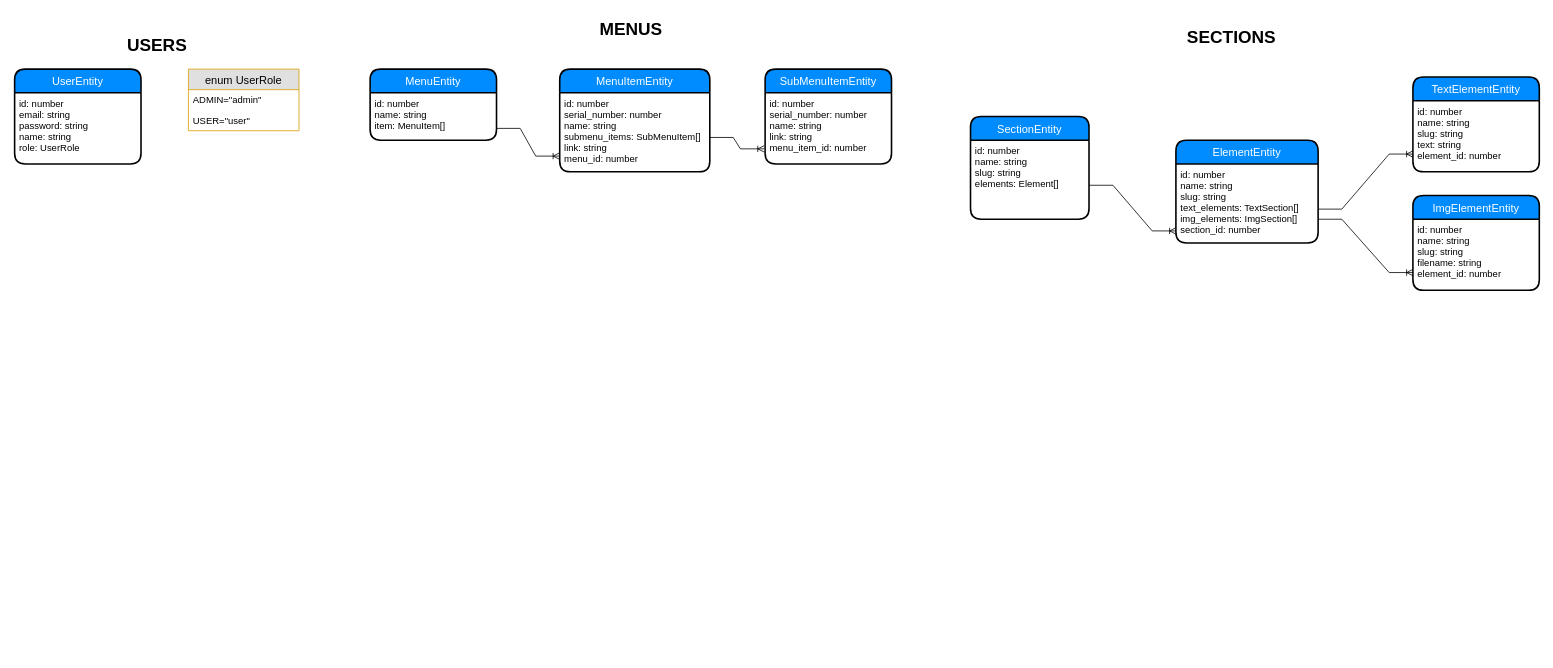
Above: page "DB" (2 of 2) of Diagram.drawio in alexsmith-proff/marketplace_of_flowers (draw.io), before the change. Source tidied: cells renumbered, new cells numbered last; positions are measured from the earlier drawing's top-left corner, leaving out a move shared by most shapes. Both pictures are drawn from the tidied source at 79%, with x=0, y=0 at pixel (14, 13).
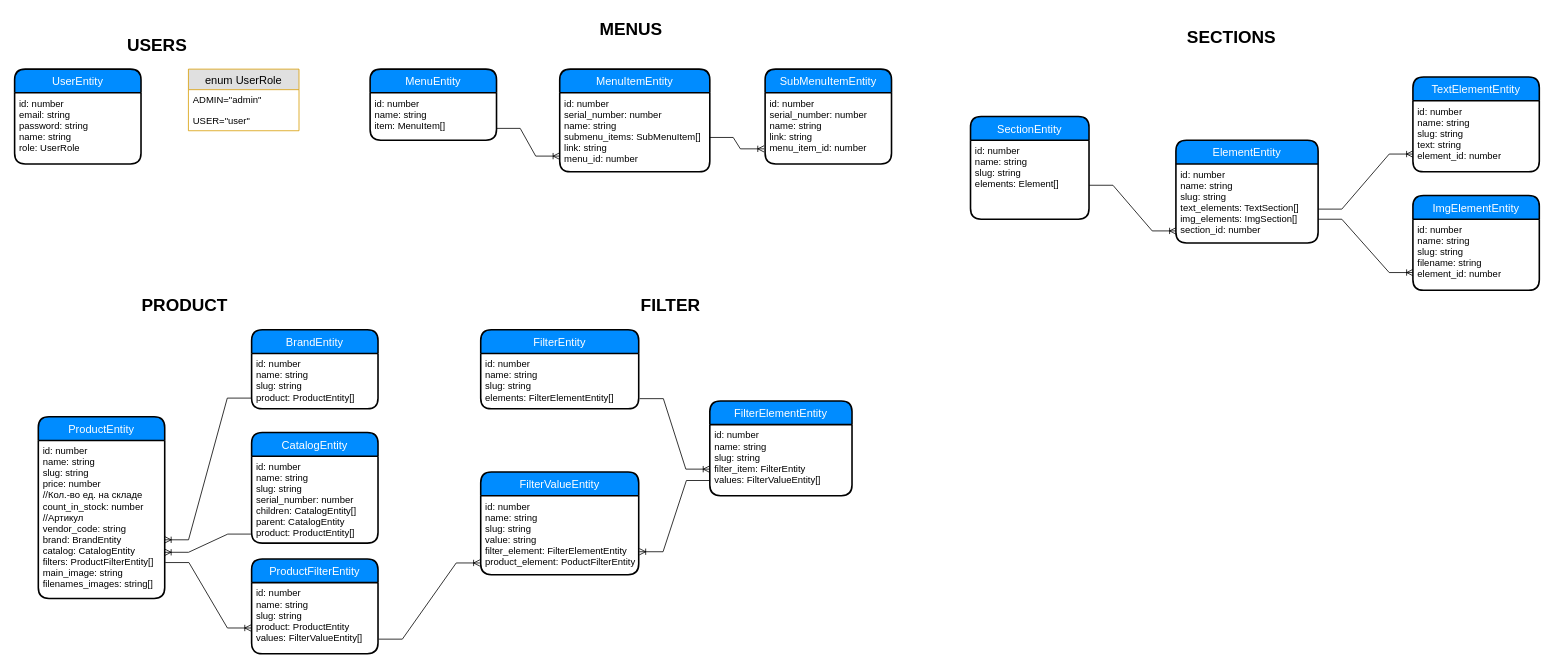
The same page after the edit.

Commit message (it also covers changes not shown here):
backend: fixed Brand, Catalog, Product draw_io: updated

What changed in the source:
```diff
@@
+    <mxCell id="29" value="ProductEntity" style="swimlane;horizontal=1;startSize=30;fillColor=#008cff;fontColor=#FFFFFF;rounded=1;fontSize=14;fontStyle=0;strokeWidth=2;shadow=0;dashed=0;align=center;" parent="1" vertex="1">
+      <mxGeometry x="30" y="510" width="160" height="230" as="geometry" />
+    </mxCell>
+    <mxCell id="30" value="id: number&#10;name: string&#10;slug: string&#10;price: number&#10;//Кол.-во ед. на складе&#10;count_in_stock: number &#10;//Артикул&#10;vendor_code: string &#10;brand: BrandEntity&#10;catalog: CatalogEntity&#10;filters: ProductFilterEntity[]&#10;main_image: string&#10;filenames_images: string[]&#10;" style="align=left;strokeColor=none;fillColor=none;spacingLeft=4;fontSize=12;verticalAlign=top;" parent="29" vertex="1">
+      <mxGeometry y="30" width="160" height="200" as="geometry" />
+    </mxCell>
+    <mxCell id="31" value="BrandEntity" style="swimlane;horizontal=1;startSize=30;fillColor=#008cff;fontColor=#FFFFFF;rounded=1;fontSize=14;fontStyle=0;strokeWidth=2;shadow=0;dashed=0;align=center;" parent="1" vertex="1">
+      <mxGeometry x="300" y="400" width="160" height="100" as="geometry" />
+    </mxCell>
+    <mxCell id="32" value="id: number&#10;name: string&#10;slug: string&#10;product: ProductEntity[]" style="align=left;strokeColor=none;fillColor=none;spacingLeft=4;fontSize=12;verticalAlign=top;" parent="31" vertex="1">
+      <mxGeometry y="30" width="160" height="70" as="geometry" />
+    </mxCell>
+    <mxCell id="33" value="CatalogEntity" style="swimlane;horizontal=1;startSize=30;fillColor=#008cff;fontColor=#FFFFFF;rounded=1;fontSize=14;fontStyle=0;strokeWidth=2;shadow=0;dashed=0;align=center;" parent="1" vertex="1">
+      <mxGeometry x="300" y="530" width="160" height="140" as="geometry" />
+    </mxCell>
+    <mxCell id="34" value="id: number&#10;name: string&#10;slug: string&#10;serial_number: number&#10;children: CatalogEntity[] &#10;parent: CatalogEntity &#10;product: ProductEntity[]" style="align=left;strokeColor=none;fillColor=none;spacingLeft=4;fontSize=12;verticalAlign=top;" parent="33" vertex="1">
+      <mxGeometry y="30" width="160" height="110" as="geometry" />
+    </mxCell>
+    <mxCell id="35" value="ProductFilterEntity" style="swimlane;horizontal=1;startSize=30;fillColor=#008cff;fontColor=#FFFFFF;rounded=1;fontSize=14;fontStyle=0;strokeWidth=2;shadow=0;dashed=0;align=center;" parent="1" vertex="1">
+      <mxGeometry x="300" y="690" width="160" height="120" as="geometry" />
+    </mxCell>
+    <mxCell id="36" value="id: number&#10;name: string&#10;slug: string&#10;product: ProductEntity&#10;values: FilterValueEntity[]" style="align=left;strokeColor=none;fillColor=none;spacingLeft=4;fontSize=12;verticalAlign=top;" parent="35" vertex="1">
+      <mxGeometry y="30" width="160" height="90" as="geometry" />
+    </mxCell>
+    <mxCell id="37" value="PRODUCT" style="text;html=1;align=center;verticalAlign=middle;strokeColor=none;fillColor=none;fontSize=22;fontStyle=1;" parent="1" vertex="1">
+      <mxGeometry x="150" y="350" width="130" height="40" as="geometry" />
+    </mxCell>
+    <mxCell id="38" value="FILTER" style="text;html=1;align=center;verticalAlign=middle;strokeColor=none;fillColor=none;fontSize=22;fontStyle=1;" parent="1" vertex="1">
+      <mxGeometry x="780" y="350" width="100" height="40" as="geometry" />
+    </mxCell>
+    <mxCell id="39" value="FilterEntity" style="swimlane;horizontal=1;startSize=30;fillColor=#008cff;fontColor=#FFFFFF;rounded=1;fontSize=14;fontStyle=0;strokeWidth=2;shadow=0;dashed=0;align=center;" parent="1" vertex="1">
+      <mxGeometry x="590" y="400" width="200" height="100" as="geometry" />
+    </mxCell>
+    <mxCell id="40" value="id: number&#10;name: string&#10;slug: string&#10;elements: FilterElementEntity[]" style="align=left;strokeColor=none;fillColor=none;spacingLeft=4;fontSize=12;verticalAlign=top;" parent="39" vertex="1">
+      <mxGeometry y="30" width="200" height="70" as="geometry" />
+    </mxCell>
+    <mxCell id="41" value="FilterElementEntity" style="swimlane;horizontal=1;startSize=30;fillColor=#008cff;fontColor=#FFFFFF;rounded=1;fontSize=14;fontStyle=0;strokeWidth=2;shadow=0;dashed=0;align=center;" parent="1" vertex="1">
+      <mxGeometry x="880" y="490" width="180" height="120" as="geometry" />
+    </mxCell>
+    <mxCell id="42" value="id: number&#10;name: string&#10;slug: string&#10;filter_item: FilterEntity&#10;values: FilterValueEntity[]" style="align=left;strokeColor=none;fillColor=none;spacingLeft=4;fontSize=12;verticalAlign=top;" parent="41" vertex="1">
+      <mxGeometry y="30" width="180" height="90" as="geometry" />
+    </mxCell>
+    <mxCell id="43" value="FilterValueEntity" style="swimlane;horizontal=1;startSize=30;fillColor=#008cff;fontColor=#FFFFFF;rounded=1;fontSize=14;fontStyle=0;strokeWidth=2;shadow=0;dashed=0;align=center;" parent="1" vertex="1">
+      <mxGeometry x="590" y="580" width="200" height="130" as="geometry" />
+    </mxCell>
+    <mxCell id="44" value="id: number&#10;name: string&#10;slug: string&#10;value: string&#10;filter_element: FilterElementEntity&#10;product_element: PoductFilterEntity" style="align=left;strokeColor=none;fillColor=none;spacingLeft=4;fontSize=12;verticalAlign=top;" parent="43" vertex="1">
+      <mxGeometry y="30" width="200" height="100" as="geometry" />
+    </mxCell>
+    <mxCell id="45" style="edgeStyle=entityRelationEdgeStyle;fontSize=12;html=1;endArrow=ERoneToMany;rounded=0;entryX=1.001;entryY=0.629;entryDx=0;entryDy=0;entryPerimeter=0;exitX=-0.005;exitY=0.806;exitDx=0;exitDy=0;exitPerimeter=0;" parent="1" edge="1" source="32" target="30">
+      <mxGeometry relative="1" as="geometry" />
+    </mxCell>
+    <mxCell id="46" style="edgeStyle=entityRelationEdgeStyle;fontSize=12;html=1;endArrow=ERoneToMany;rounded=0;entryX=1.001;entryY=0.708;entryDx=0;entryDy=0;entryPerimeter=0;exitX=-0.001;exitY=0.896;exitDx=0;exitDy=0;exitPerimeter=0;" parent="1" edge="1" source="34" target="30">
+      <mxGeometry relative="1" as="geometry" />
+    </mxCell>
+    <mxCell id="47" style="edgeStyle=entityRelationEdgeStyle;fontSize=12;html=1;endArrow=ERoneToMany;rounded=0;entryX=-0.004;entryY=0.638;entryDx=0;entryDy=0;entryPerimeter=0;exitX=1.004;exitY=0.773;exitDx=0;exitDy=0;exitPerimeter=0;" parent="1" edge="1" source="30" target="36">
+      <mxGeometry relative="1" as="geometry" />
+    </mxCell>
+    <mxCell id="48" style="edgeStyle=entityRelationEdgeStyle;fontSize=12;html=1;endArrow=ERoneToMany;rounded=0;entryX=-0.002;entryY=0.626;entryDx=0;entryDy=0;entryPerimeter=0;exitX=1.006;exitY=0.816;exitDx=0;exitDy=0;exitPerimeter=0;" parent="1" edge="1" source="40" target="42">
+      <mxGeometry relative="1" as="geometry" />
+    </mxCell>
+    <mxCell id="49" style="edgeStyle=entityRelationEdgeStyle;fontSize=12;html=1;endArrow=ERoneToMany;rounded=0;entryX=1.004;entryY=0.709;entryDx=0;entryDy=0;entryPerimeter=0;exitX=0.002;exitY=0.786;exitDx=0;exitDy=0;exitPerimeter=0;" parent="1" edge="1" source="42" target="44">
+      <mxGeometry relative="1" as="geometry" />
+    </mxCell>
+    <mxCell id="50" style="edgeStyle=entityRelationEdgeStyle;fontSize=12;html=1;endArrow=ERoneToMany;rounded=0;entryX=-0.005;entryY=0.851;entryDx=0;entryDy=0;entryPerimeter=0;exitX=1.005;exitY=0.795;exitDx=0;exitDy=0;exitPerimeter=0;" parent="1" edge="1" source="36" target="44">
+      <mxGeometry relative="1" as="geometry" />
+    </mxCell>
```
